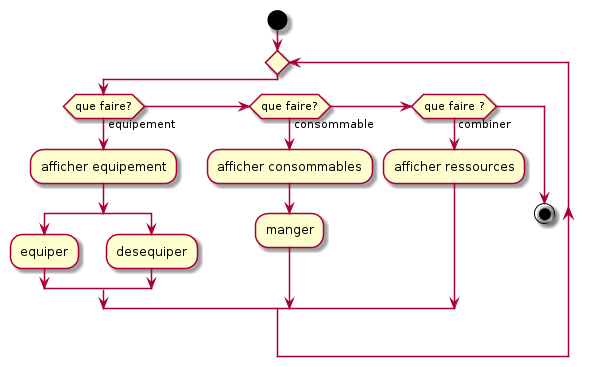
Earlier version of the PlantUML export UML/Inventaire/inventaire.png (Pyp-o/D-D_bouffe). Source of this version:
```plantuml
@startuml
start

repeat
    if (que faire?) then (equipement)
        -afficher equipement
        split
            :equiper;
        split again
            :desequiper;
         endsplit
    elseif (que faire?) then (consommable)
        -afficher consommables
        :manger;
    elseif(que faire ?) then (combiner)
        -afficher ressources
    else
        stop
    endif

@enduml
```
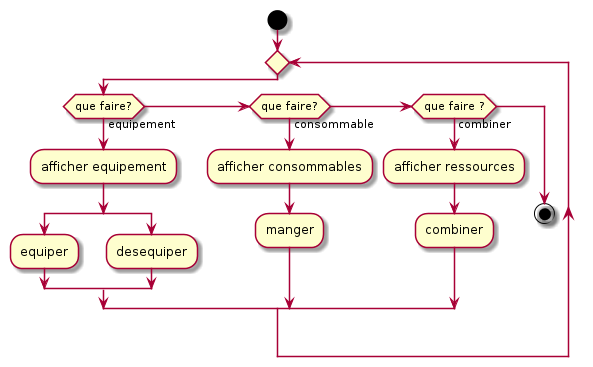
Later version of the same file.

Commit message:
modif du diagramme activite de deplacement

Diff of the diagram source:
```diff
@@ -14,6 +14,7 @@
         :manger;
     elseif(que faire ?) then (combiner)
         -afficher ressources
+        :combiner;
     else
         stop
     endif
```
